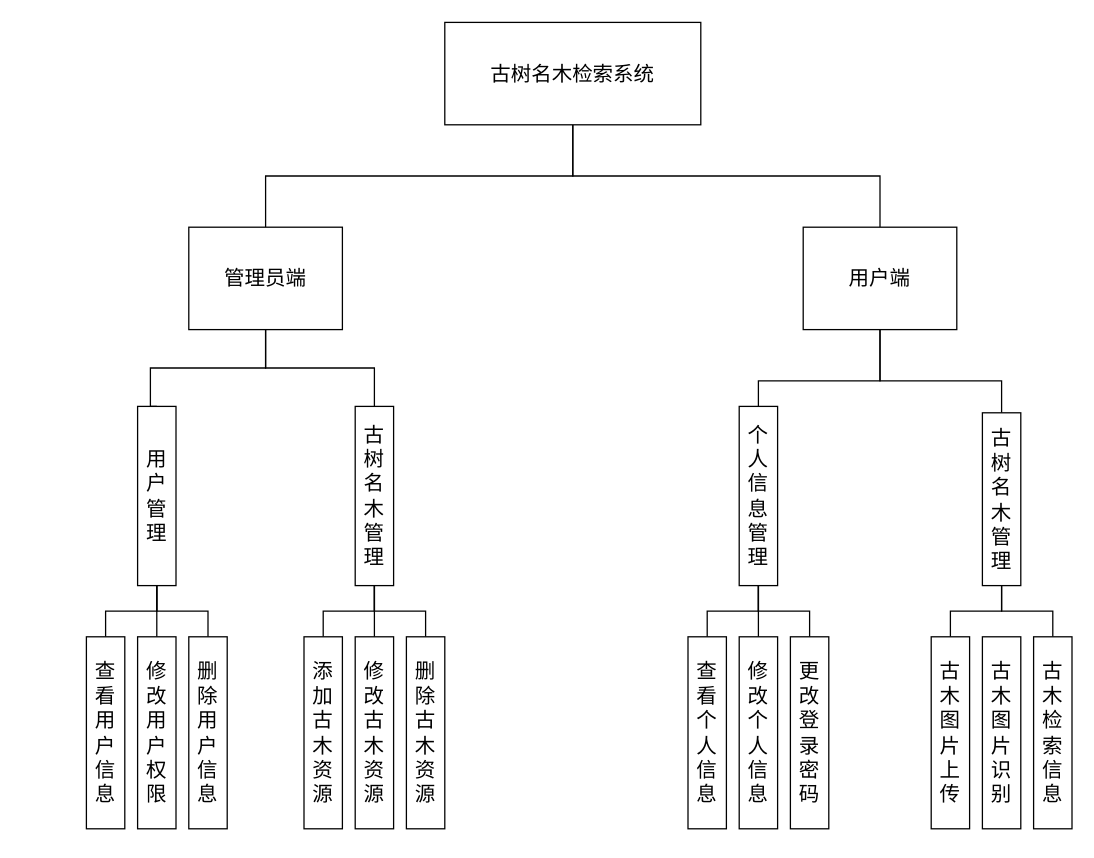
The draw.io diagram page "图4.3 系统功能模块设计" (3 of 5) of word/第4章/第四章.drawio in ssl1995/imooc-wiki, before the edit. Source tidied: cells renumbered, new cells numbered last; positions are measured from the earlier drawing's top-left corner, leaving out a move shared by most shapes. Both pictures are drawn from the tidied source at 128%, with x=0, y=0 at pixel (86, 22).
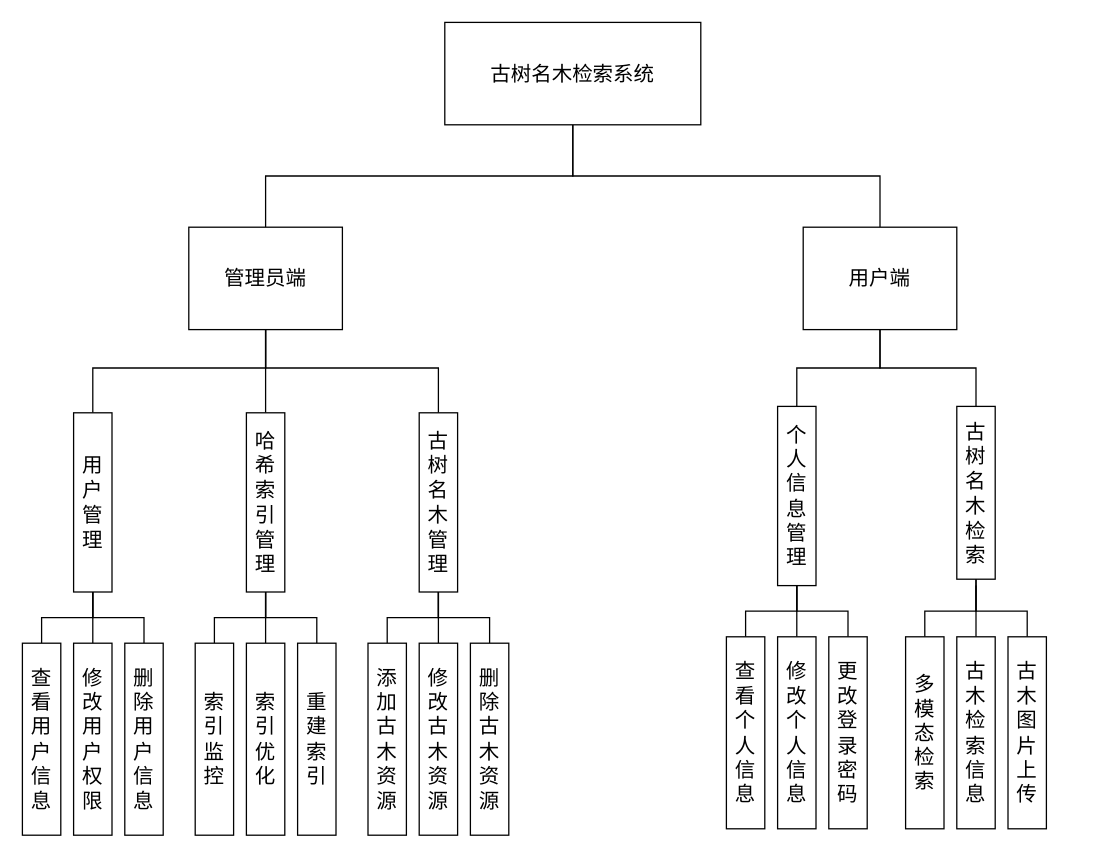
After the change.

Unchanged cells that the change refers to:
```xml
<mxCell id="7" value="管理员端" style="rounded=0;whiteSpace=wrap;html=1;fontSize=16;" parent="1" vertex="1">
  <mxGeometry x="80" y="160" width="120" height="80" as="geometry" />
</mxCell>
<mxCell id="10" value="用户端" style="rounded=0;whiteSpace=wrap;html=1;fontSize=16;" parent="1" vertex="1">
  <mxGeometry x="560" y="160" width="120" height="80" as="geometry" />
</mxCell>
```

Diff of the diagram source:
```diff
@@
+    <mxCell id="6" style="edgeStyle=orthogonalEdgeStyle;rounded=0;jettySize=auto;html=1;entryX=0.5;entryY=0;entryDx=0;entryDy=0;endArrow=none;startFill=0;exitX=0.5;exitY=1;exitDx=0;exitDy=0;" parent="1" edge="1" source="7" target="18">
+      <mxGeometry relative="1" as="geometry">
+        <Array as="points">
+          <mxPoint x="140" y="270" />
+          <mxPoint x="275" y="270" />
+        </Array>
+      </mxGeometry>
+    </mxCell>
+    <mxCell id="38" style="edgeStyle=orthogonalEdgeStyle;rounded=0;jettySize=auto;html=1;endArrow=none;endFill=0;" parent="1" edge="1" source="7" target="43">
+      <mxGeometry relative="1" as="geometry" />
+    </mxCell>
-    <mxCell id="5" style="edgeStyle=orthogonalEdgeStyle;rounded=0;jettySize=auto;html=1;entryX=0.5;entryY=0;entryDx=0;entryDy=0;endArrow=none;startFill=0;" parent="1" edge="1" source="7" target="14">
+    <mxCell id="5" style="edgeStyle=orthogonalEdgeStyle;rounded=0;jettySize=auto;html=1;endArrow=none;endFill=0;" parent="1" edge="1" source="7" target="14">
       <mxGeometry relative="1" as="geometry">
         <Array as="points">
           <mxPoint x="140" y="270" />
-          <mxPoint x="50" y="270" />
-          <mxPoint x="50" y="300" />
+          <mxPoint x="5" y="270" />
         </Array>
       </mxGeometry>
     </mxCell>
-    <mxCell id="6" style="edgeStyle=orthogonalEdgeStyle;rounded=0;jettySize=auto;html=1;entryX=0.5;entryY=0;entryDx=0;entryDy=0;endArrow=none;startFill=0;exitX=0.5;exitY=1;exitDx=0;exitDy=0;" parent="1" edge="1" source="7" target="18">
-      <mxGeometry relative="1" as="geometry" />
-    </mxCell>
@@
-    <mxCell id="8" style="edgeStyle=orthogonalEdgeStyle;rounded=0;jettySize=auto;html=1;endArrow=none;startFill=0;" parent="1" edge="1" source="10" target="22">
-      <mxGeometry relative="1" as="geometry">
-        <Array as="points">
-          <mxPoint x="620" y="280" />
-          <mxPoint x="525" y="280" />
-        </Array>
-      </mxGeometry>
+    <mxCell id="8" style="edgeStyle=orthogonalEdgeStyle;rounded=0;jettySize=auto;html=1;entryX=0.5;entryY=0;entryDx=0;entryDy=0;endArrow=none;endFill=0;" parent="1" edge="1" source="10" target="22">
+      <mxGeometry relative="1" as="geometry" />
     </mxCell>
-    <mxCell id="9" style="edgeStyle=orthogonalEdgeStyle;rounded=0;jettySize=auto;html=1;entryX=0.5;entryY=0;entryDx=0;entryDy=0;endArrow=none;startFill=0;" parent="1" edge="1" source="10" target="23">
-      <mxGeometry relative="1" as="geometry">
-        <Array as="points">
-          <mxPoint x="620" y="280" />
-          <mxPoint x="715" y="280" />
-        </Array>
-      </mxGeometry>
+    <mxCell id="9" style="edgeStyle=orthogonalEdgeStyle;rounded=0;jettySize=auto;html=1;entryX=0.5;entryY=0;entryDx=0;entryDy=0;endArrow=none;endFill=0;" parent="1" edge="1" source="10" target="23">
+      <mxGeometry relative="1" as="geometry" />
     </mxCell>
@@
-    <mxCell id="12" style="edgeStyle=orthogonalEdgeStyle;rounded=0;jettySize=auto;html=1;entryX=0.5;entryY=0;entryDx=0;entryDy=0;endArrow=none;startFill=0;" parent="1" edge="1" source="14" target="27">
+    <mxCell id="12" style="edgeStyle=orthogonalEdgeStyle;rounded=0;jettySize=auto;html=1;entryX=0.5;entryY=0;entryDx=0;entryDy=0;endArrow=none;startFill=0;" parent="1" edge="1" source="14">
       <mxGeometry relative="1" as="geometry">
+        <mxPoint x="-35" y="485" as="targetPoint" />
         <Array as="points">
-          <mxPoint x="55" y="460" />
-          <mxPoint x="15" y="460" />
+          <mxPoint x="5" y="465" />
+          <mxPoint x="-35" y="465" />
         </Array>
       </mxGeometry>
     </mxCell>
     <mxCell id="13" style="edgeStyle=orthogonalEdgeStyle;rounded=0;jettySize=auto;html=1;endArrow=none;startFill=0;" parent="1" edge="1" source="14" target="28">
       <mxGeometry relative="1" as="geometry">
         <Array as="points">
-          <mxPoint x="55" y="460" />
-          <mxPoint x="95" y="460" />
+          <mxPoint x="5" y="465" />
+          <mxPoint x="45" y="465" />
         </Array>
       </mxGeometry>
     </mxCell>
     <mxCell id="14" value="用&lt;div&gt;户&lt;/div&gt;&lt;div&gt;管&lt;/div&gt;&lt;div&gt;理&lt;/div&gt;" style="rounded=0;whiteSpace=wrap;html=1;fontSize=16;" parent="1" vertex="1">
-      <mxGeometry x="40" y="300" width="30" height="140" as="geometry" />
+      <mxGeometry x="-10" y="305" width="30" height="140" as="geometry" />
     </mxCell>
@@
     <mxCell id="16" style="edgeStyle=orthogonalEdgeStyle;rounded=0;jettySize=auto;html=1;entryX=0.5;entryY=0;entryDx=0;entryDy=0;endArrow=none;startFill=0;" parent="1" edge="1" source="18" target="24">
       <mxGeometry relative="1" as="geometry">
         <Array as="points">
-          <mxPoint x="225" y="460" />
-          <mxPoint x="185" y="460" />
+          <mxPoint x="275" y="465" />
+          <mxPoint x="235" y="465" />
         </Array>
       </mxGeometry>
     </mxCell>
     <mxCell id="17" style="edgeStyle=orthogonalEdgeStyle;rounded=0;jettySize=auto;html=1;entryX=0.5;entryY=0;entryDx=0;entryDy=0;endArrow=none;startFill=0;" parent="1" edge="1" source="18" target="26">
       <mxGeometry relative="1" as="geometry">
         <Array as="points">
-          <mxPoint x="225" y="460" />
-          <mxPoint x="265" y="460" />
+          <mxPoint x="275" y="465" />
+          <mxPoint x="315" y="465" />
         </Array>
       </mxGeometry>
     </mxCell>
     <mxCell id="18" value="古&lt;div&gt;树&lt;/div&gt;&lt;div&gt;名&lt;/div&gt;&lt;div&gt;木&lt;/div&gt;&lt;div&gt;管&lt;/div&gt;&lt;div&gt;理&lt;/div&gt;" style="rounded=0;whiteSpace=wrap;html=1;fontSize=16;" parent="1" vertex="1">
-      <mxGeometry x="210" y="300" width="30" height="140" as="geometry" />
+      <mxGeometry x="260" y="305" width="30" height="140" as="geometry" />
     </mxCell>
@@
     <mxCell id="20" style="edgeStyle=orthogonalEdgeStyle;rounded=0;jettySize=auto;html=1;entryX=0.5;entryY=0;entryDx=0;entryDy=0;endArrow=none;startFill=0;" parent="1" edge="1" source="22" target="30">
       <mxGeometry relative="1" as="geometry">
         <Array as="points">
-          <mxPoint x="525" y="460" />
-          <mxPoint x="485" y="460" />
+          <mxPoint x="555" y="460" />
+          <mxPoint x="515" y="460" />
         </Array>
       </mxGeometry>
     </mxCell>
     <mxCell id="21" style="edgeStyle=orthogonalEdgeStyle;rounded=0;jettySize=auto;html=1;entryX=0.5;entryY=0;entryDx=0;entryDy=0;endArrow=none;startFill=0;" parent="1" edge="1" source="22" target="32">
       <mxGeometry relative="1" as="geometry">
         <Array as="points">
-          <mxPoint x="525" y="460" />
-          <mxPoint x="565" y="460" />
+          <mxPoint x="555" y="460" />
+          <mxPoint x="595" y="460" />
         </Array>
       </mxGeometry>
     </mxCell>
     <mxCell id="22" value="&lt;span style=&quot;background-color: transparent; color: light-dark(rgb(0, 0, 0), rgb(255, 255, 255));&quot;&gt;个&lt;/span&gt;&lt;div&gt;&lt;span style=&quot;background-color: transparent; color: light-dark(rgb(0, 0, 0), rgb(255, 255, 255));&quot;&gt;人&lt;/span&gt;&lt;/div&gt;&lt;div&gt;&lt;span style=&quot;background-color: transparent; color: light-dark(rgb(0, 0, 0), rgb(255, 255, 255));&quot;&gt;信&lt;/span&gt;&lt;/div&gt;&lt;div&gt;&lt;span style=&quot;background-color: transparent; color: light-dark(rgb(0, 0, 0), rgb(255, 255, 255));&quot;&gt;息&lt;/span&gt;&lt;/div&gt;&lt;div&gt;&lt;span style=&quot;background-color: transparent; color: light-dark(rgb(0, 0, 0), rgb(255, 255, 255));&quot;&gt;管&lt;/span&gt;&lt;div&gt;理&lt;/div&gt;&lt;/div&gt;" style="rounded=0;whiteSpace=wrap;html=1;fontSize=16;" parent="1" vertex="1">
-      <mxGeometry x="510" y="300" width="30" height="140" as="geometry" />
+      <mxGeometry x="540" y="300" width="30" height="140" as="geometry" />
     </mxCell>
+    <mxCell id="39" style="edgeStyle=orthogonalEdgeStyle;rounded=0;jettySize=auto;html=1;entryX=0.5;entryY=0;entryDx=0;entryDy=0;endArrow=none;endFill=0;" parent="1" edge="1" source="23" target="37">
+      <mxGeometry relative="1" as="geometry" />
+    </mxCell>
-    <mxCell id="23" value="古&lt;div&gt;树&lt;/div&gt;&lt;div&gt;名&lt;div&gt;木&lt;/div&gt;&lt;div&gt;管理&lt;/div&gt;&lt;/div&gt;" style="rounded=0;whiteSpace=wrap;html=1;fontSize=16;" parent="1" vertex="1">
-      <mxGeometry x="700" y="305" width="30" height="135" as="geometry" />
+    <mxCell id="23" value="古&lt;div&gt;树&lt;/div&gt;&lt;div&gt;名&lt;div&gt;木&lt;/div&gt;&lt;div&gt;检索&lt;/div&gt;&lt;/div&gt;" style="rounded=0;whiteSpace=wrap;html=1;fontSize=16;" parent="1" vertex="1">
+      <mxGeometry x="680" y="300" width="30" height="135" as="geometry" />
     </mxCell>
     <mxCell id="24" value="添&lt;div&gt;加&lt;/div&gt;&lt;div&gt;古木&lt;/div&gt;&lt;div&gt;资&lt;/div&gt;&lt;div&gt;源&lt;/div&gt;" style="rounded=0;whiteSpace=wrap;html=1;fontSize=16;" parent="1" vertex="1">
-      <mxGeometry x="170" y="480" width="30" height="150" as="geometry" />
+      <mxGeometry x="220" y="485" width="30" height="150" as="geometry" />
     </mxCell>
     <mxCell id="25" value="修&lt;div&gt;改&lt;/div&gt;&lt;div&gt;古木&lt;/div&gt;&lt;div&gt;资&lt;/div&gt;&lt;div&gt;源&lt;/div&gt;" style="rounded=0;whiteSpace=wrap;html=1;fontSize=16;" parent="1" vertex="1">
-      <mxGeometry x="210" y="480" width="30" height="150" as="geometry" />
+      <mxGeometry x="260" y="485" width="30" height="150" as="geometry" />
     </mxCell>
     <mxCell id="26" value="删&lt;div&gt;除&lt;/div&gt;&lt;div&gt;古木&lt;/div&gt;&lt;div&gt;资&lt;/div&gt;&lt;div&gt;源&lt;/div&gt;" style="rounded=0;whiteSpace=wrap;html=1;fontSize=16;" parent="1" vertex="1">
-      <mxGeometry x="250" y="480" width="30" height="150" as="geometry" />
+      <mxGeometry x="300" y="485" width="30" height="150" as="geometry" />
     </mxCell>
     <mxCell id="27" value="查&lt;div&gt;看&lt;br&gt;&lt;div&gt;用&lt;/div&gt;&lt;div&gt;户&lt;/div&gt;&lt;/div&gt;&lt;div&gt;信&lt;/div&gt;&lt;div&gt;息&lt;/div&gt;" style="rounded=0;whiteSpace=wrap;html=1;fontSize=16;" parent="1" vertex="1">
-      <mxGeometry y="480" width="30" height="150" as="geometry" />
+      <mxGeometry x="-50" y="485" width="30" height="150" as="geometry" />
     </mxCell>
     <mxCell id="28" value="&lt;span style=&quot;background-color: transparent; color: light-dark(rgb(0, 0, 0), rgb(255, 255, 255));&quot;&gt;删&lt;/span&gt;&lt;div&gt;&lt;span style=&quot;background-color: transparent; color: light-dark(rgb(0, 0, 0), rgb(255, 255, 255));&quot;&gt;除&lt;/span&gt;&lt;/div&gt;&lt;div&gt;&lt;span style=&quot;background-color: transparent; color: light-dark(rgb(0, 0, 0), rgb(255, 255, 255));&quot;&gt;用&lt;/span&gt;&lt;div&gt;&lt;div&gt;户&lt;/div&gt;&lt;/div&gt;&lt;div&gt;信&lt;/div&gt;&lt;div&gt;息&lt;/div&gt;&lt;/div&gt;" style="rounded=0;whiteSpace=wrap;html=1;fontSize=16;" parent="1" vertex="1">
-      <mxGeometry x="80" y="480" width="30" height="150" as="geometry" />
+      <mxGeometry x="30" y="485" width="30" height="150" as="geometry" />
     </mxCell>
     <mxCell id="29" value="&lt;div&gt;修&lt;/div&gt;&lt;div&gt;改&lt;/div&gt;用&lt;div&gt;户&lt;/div&gt;&lt;div&gt;权&lt;/div&gt;&lt;div&gt;限&lt;/div&gt;" style="rounded=0;whiteSpace=wrap;html=1;fontSize=16;" parent="1" vertex="1">
-      <mxGeometry x="40" y="480" width="30" height="150" as="geometry" />
+      <mxGeometry x="-10" y="485" width="30" height="150" as="geometry" />
     </mxCell>
     <mxCell id="30" value="查看个人信息" style="rounded=0;whiteSpace=wrap;html=1;fontSize=16;" parent="1" vertex="1">
-      <mxGeometry x="470" y="480" width="30" height="150" as="geometry" />
+      <mxGeometry x="500" y="480" width="30" height="150" as="geometry" />
     </mxCell>
     <mxCell id="31" value="修改个人信息" style="rounded=0;whiteSpace=wrap;html=1;fontSize=16;" parent="1" vertex="1">
-      <mxGeometry x="510" y="480" width="30" height="150" as="geometry" />
+      <mxGeometry x="540" y="480" width="30" height="150" as="geometry" />
     </mxCell>
     <mxCell id="32" value="更改登录密码" style="rounded=0;whiteSpace=wrap;html=1;fontSize=16;" parent="1" vertex="1">
-      <mxGeometry x="550" y="480" width="30" height="150" as="geometry" />
+      <mxGeometry x="580" y="480" width="30" height="150" as="geometry" />
     </mxCell>
     <mxCell id="33" style="edgeStyle=orthogonalEdgeStyle;rounded=0;jettySize=auto;html=1;entryX=0.5;entryY=0;entryDx=0;entryDy=0;endArrow=none;startFill=0;" parent="1" edge="1" target="35">
       <mxGeometry relative="1" as="geometry">
-        <mxPoint x="715" y="440" as="sourcePoint" />
+        <mxPoint x="695" y="440" as="sourcePoint" />
         <Array as="points">
-          <mxPoint x="715" y="460" />
-          <mxPoint x="675" y="460" />
+          <mxPoint x="695" y="460" />
+          <mxPoint x="655" y="460" />
         </Array>
       </mxGeometry>
     </mxCell>
-    <mxCell id="34" style="edgeStyle=orthogonalEdgeStyle;rounded=0;jettySize=auto;html=1;entryX=0.5;entryY=0;entryDx=0;entryDy=0;endArrow=none;startFill=0;" parent="1" edge="1" target="36">
+    <mxCell id="34" style="edgeStyle=orthogonalEdgeStyle;rounded=0;jettySize=auto;html=1;entryX=0.5;entryY=0;entryDx=0;entryDy=0;endArrow=none;startFill=0;exitX=0.5;exitY=1;exitDx=0;exitDy=0;" parent="1" edge="1" source="23" target="36">
       <mxGeometry relative="1" as="geometry">
-        <mxPoint x="715" y="440" as="sourcePoint" />
         <Array as="points">
-          <mxPoint x="715" y="460" />
-          <mxPoint x="755" y="460" />
+          <mxPoint x="695" y="460" />
+          <mxPoint x="735" y="460" />
         </Array>
       </mxGeometry>
     </mxCell>
-    <mxCell id="35" value="古木图片上传" style="rounded=0;whiteSpace=wrap;html=1;fontSize=16;" parent="1" vertex="1">
-      <mxGeometry x="660" y="480" width="30" height="150" as="geometry" />
+    <mxCell id="35" value="多模态检索" style="rounded=0;whiteSpace=wrap;html=1;fontSize=16;" parent="1" vertex="1">
+      <mxGeometry x="640" y="480" width="30" height="150" as="geometry" />
     </mxCell>
-    <mxCell id="36" value="古木检索&lt;div&gt;信息&lt;/div&gt;" style="rounded=0;whiteSpace=wrap;html=1;fontSize=16;" parent="1" vertex="1">
-      <mxGeometry x="740" y="480" width="30" height="150" as="geometry" />
+    <mxCell id="36" value="古木图片上传" style="rounded=0;whiteSpace=wrap;html=1;fontSize=16;" parent="1" vertex="1">
+      <mxGeometry x="720" y="480" width="30" height="150" as="geometry" />
     </mxCell>
-    <mxCell id="37" value="古木&lt;div&gt;图&lt;/div&gt;&lt;div&gt;片&lt;/div&gt;&lt;div&gt;识别&lt;/div&gt;" style="rounded=0;whiteSpace=wrap;html=1;fontSize=16;" parent="1" vertex="1">
-      <mxGeometry x="700" y="480" width="30" height="150" as="geometry" />
+    <mxCell id="37" value="古木检索信息" style="rounded=0;whiteSpace=wrap;html=1;fontSize=16;" parent="1" vertex="1">
+      <mxGeometry x="680" y="480" width="30" height="150" as="geometry" />
     </mxCell>
+    <mxCell id="40" style="edgeStyle=orthogonalEdgeStyle;rounded=0;jettySize=auto;html=1;entryX=0.5;entryY=0;entryDx=0;entryDy=0;endArrow=none;startFill=0;" parent="1" edge="1" source="43" target="45">
+      <mxGeometry relative="1" as="geometry" />
+    </mxCell>
+    <mxCell id="41" style="edgeStyle=orthogonalEdgeStyle;rounded=0;jettySize=auto;html=1;entryX=0.5;entryY=0;entryDx=0;entryDy=0;endArrow=none;startFill=0;" parent="1" edge="1" source="43" target="44">
+      <mxGeometry relative="1" as="geometry">
+        <Array as="points">
+          <mxPoint x="140" y="465" />
+          <mxPoint x="100" y="465" />
+        </Array>
+      </mxGeometry>
+    </mxCell>
+    <mxCell id="42" style="edgeStyle=orthogonalEdgeStyle;rounded=0;jettySize=auto;html=1;entryX=0.5;entryY=0;entryDx=0;entryDy=0;endArrow=none;startFill=0;" parent="1" edge="1" source="43" target="46">
+      <mxGeometry relative="1" as="geometry">
+        <Array as="points">
+          <mxPoint x="140" y="465" />
+          <mxPoint x="180" y="465" />
+        </Array>
+      </mxGeometry>
+    </mxCell>
+    <mxCell id="43" value="哈希索引管理" style="rounded=0;whiteSpace=wrap;html=1;fontSize=16;" parent="1" vertex="1">
+      <mxGeometry x="125" y="305" width="30" height="140" as="geometry" />
+    </mxCell>
+    <mxCell id="44" value="索引监控" style="rounded=0;whiteSpace=wrap;html=1;fontSize=16;" parent="1" vertex="1">
+      <mxGeometry x="85" y="485" width="30" height="150" as="geometry" />
+    </mxCell>
+    <mxCell id="45" value="索引优化" style="rounded=0;whiteSpace=wrap;html=1;fontSize=16;" parent="1" vertex="1">
+      <mxGeometry x="125" y="485" width="30" height="150" as="geometry" />
+    </mxCell>
+    <mxCell id="46" value="重建索引" style="rounded=0;whiteSpace=wrap;html=1;fontSize=16;" parent="1" vertex="1">
+      <mxGeometry x="165" y="485" width="30" height="150" as="geometry" />
+    </mxCell>
```
